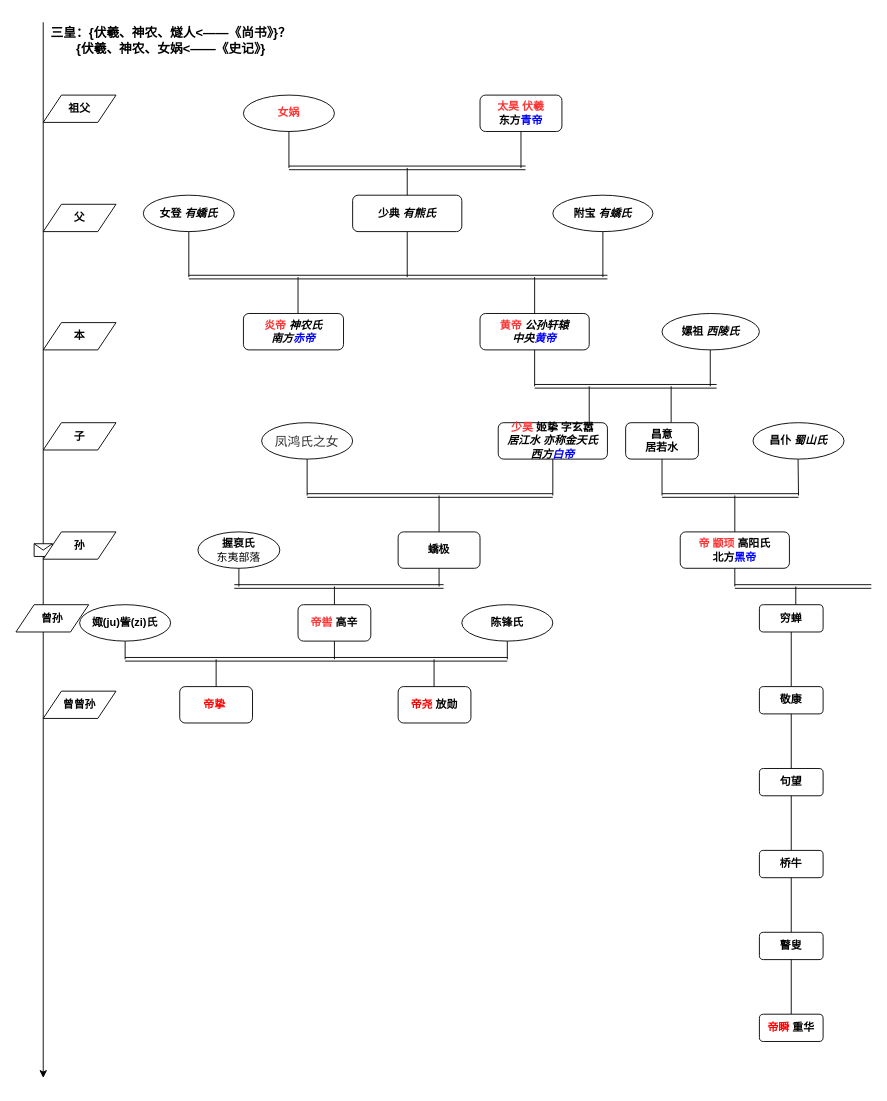
Earlier version of the draw.io diagram imgForHistory/五帝族谱.drawio (Jinzewang/PictureForBlog). Source tidied: cells renumbered, new cells numbered last; positions are measured from the earlier drawing's top-left corner, leaving out a move shared by most shapes. Both pictures are drawn from the tidied source at 91%, with x=0, y=0 at pixel (15, 22).
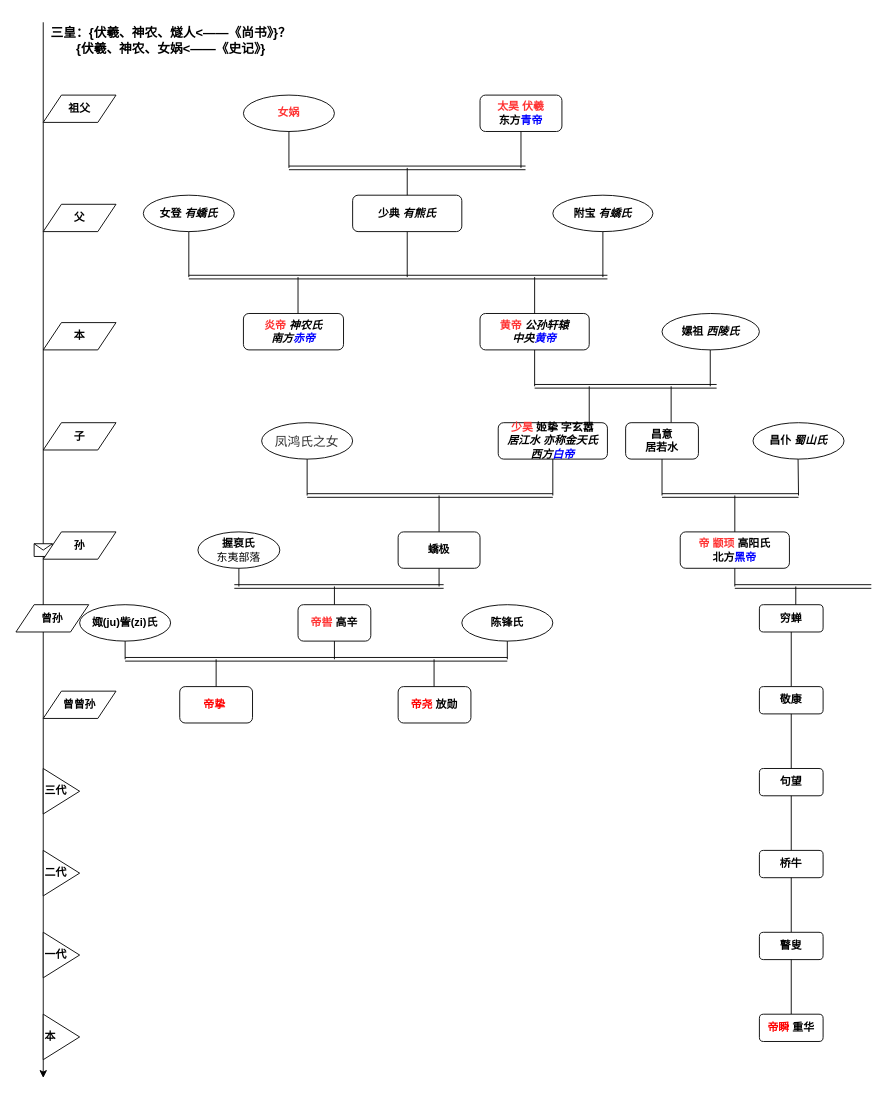
The same page after the edit.

Diff of the diagram source:
```diff
@@
+    <mxCell id="80" value="&lt;font color=&quot;#000000&quot;&gt;&lt;b&gt;本&lt;/b&gt;&lt;/font&gt;" style="triangle;whiteSpace=wrap;html=1;fontColor=#FF0000;align=left;" parent="1" vertex="1">
+      <mxGeometry x="30" y="1090" width="40" height="50" as="geometry" />
+    </mxCell>
+    <mxCell id="81" value="&lt;font color=&quot;#000000&quot;&gt;&lt;b&gt;一代&lt;/b&gt;&lt;/font&gt;" style="triangle;whiteSpace=wrap;html=1;fontColor=#FF0000;align=left;" parent="1" vertex="1">
+      <mxGeometry x="30" y="1000" width="40" height="50" as="geometry" />
+    </mxCell>
+    <mxCell id="82" value="&lt;font color=&quot;#000000&quot;&gt;&lt;b&gt;二代&lt;/b&gt;&lt;/font&gt;" style="triangle;whiteSpace=wrap;html=1;fontColor=#FF0000;align=left;" parent="1" vertex="1">
+      <mxGeometry x="30" y="910" width="40" height="50" as="geometry" />
+    </mxCell>
+    <mxCell id="83" value="&lt;font color=&quot;#000000&quot;&gt;&lt;b&gt;三代&lt;/b&gt;&lt;/font&gt;" style="triangle;whiteSpace=wrap;html=1;fontColor=#FF0000;align=left;" parent="1" vertex="1">
+      <mxGeometry x="30" y="820" width="40" height="50" as="geometry" />
+    </mxCell>
```
